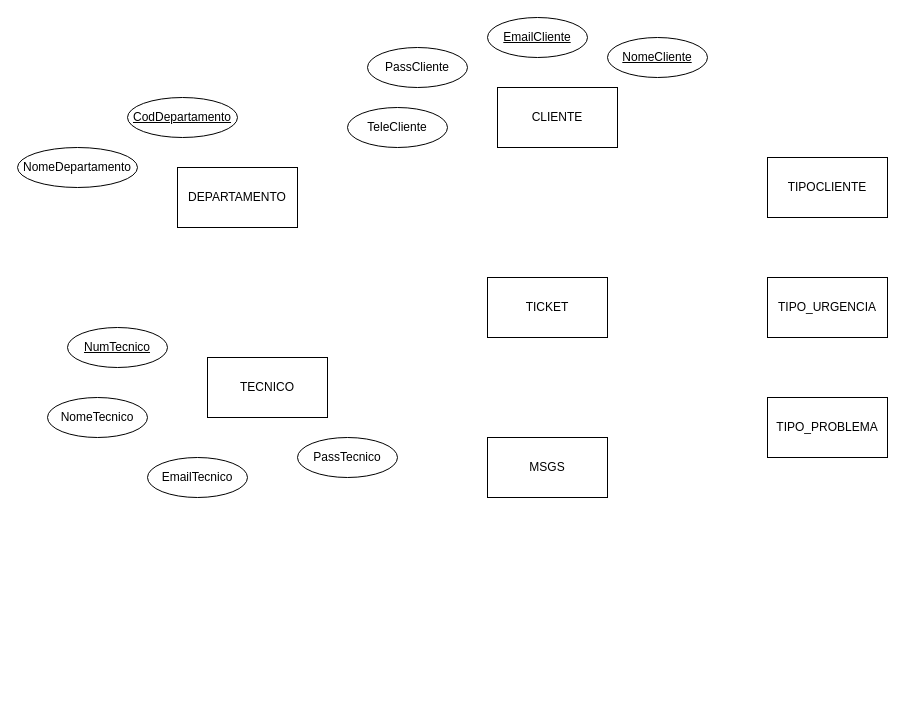
This is SistemaTicket.drawio from HenriqueINA/An-lise-de-Sistemas, a draw.io file, before an edit. Source tidied: cells renumbered, new cells numbered last; positions are measured from the earlier drawing's top-left corner, leaving out a move shared by most shapes. Both pictures are drawn from the tidied source at 100%, with x=0, y=0 at pixel (17, 17).
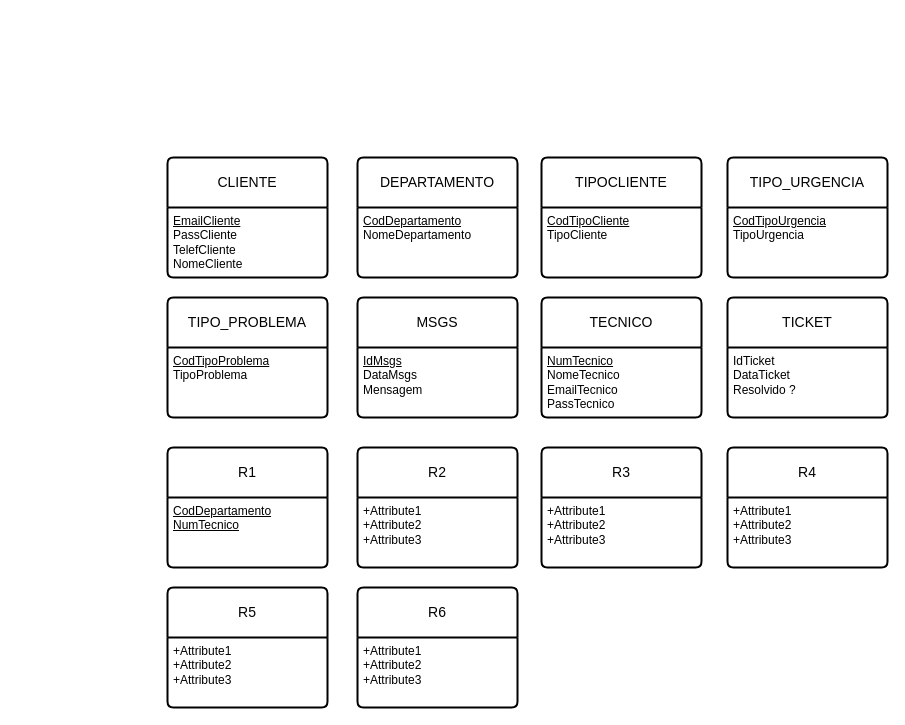
Above is the later version.

What changed in the source:
```diff
@@
+    <mxCell id="7" value="TICKET" style="swimlane;horizontal=1;startSize=50;rounded=1;fontSize=14;fontStyle=0;strokeWidth=2;shadow=0;dashed=0;align=center;arcSize=4;whiteSpace=wrap;html=1;" parent="1" vertex="1">
+      <mxGeometry x="710" y="280" width="160" height="120" as="geometry" />
+    </mxCell>
+    <mxCell id="20" value="IdTicket&lt;div&gt;DataTicket&lt;/div&gt;&lt;div&gt;Resolvido ?&lt;/div&gt;" style="align=left;strokeColor=none;fillColor=none;spacingLeft=4;spacingRight=4;fontSize=12;verticalAlign=top;html=1;whiteSpace=wrap;" parent="7" vertex="1">
+      <mxGeometry y="50" width="160" height="70" as="geometry" />
+    </mxCell>
+    <mxCell id="5" value="TECNICO" style="swimlane;horizontal=1;startSize=50;rounded=1;fontSize=14;fontStyle=0;strokeWidth=2;shadow=0;dashed=0;align=center;arcSize=4;whiteSpace=wrap;html=1;" parent="1" vertex="1">
+      <mxGeometry x="524" y="280" width="160" height="120" as="geometry" />
+    </mxCell>
+    <mxCell id="21" value="&lt;u&gt;NumTecnico&lt;/u&gt;&lt;div&gt;NomeTecnico&lt;/div&gt;&lt;div&gt;EmailTecnico&lt;/div&gt;&lt;div&gt;PassTecnico&lt;/div&gt;" style="align=left;strokeColor=none;fillColor=none;spacingLeft=4;spacingRight=4;fontSize=12;verticalAlign=top;html=1;whiteSpace=wrap;" parent="5" vertex="1">
+      <mxGeometry y="50" width="160" height="70" as="geometry" />
+    </mxCell>
+    <mxCell id="6" value="MSGS" style="swimlane;horizontal=1;startSize=50;rounded=1;fontSize=14;fontStyle=0;strokeWidth=2;shadow=0;dashed=0;align=center;arcSize=4;whiteSpace=wrap;html=1;" parent="1" vertex="1">
+      <mxGeometry x="340" y="280" width="160" height="120" as="geometry" />
+    </mxCell>
+    <mxCell id="22" value="&lt;u&gt;IdMsgs&lt;/u&gt;&lt;div&gt;DataMsgs&lt;/div&gt;&lt;div&gt;Mensagem&lt;/div&gt;" style="align=left;strokeColor=none;fillColor=none;spacingLeft=4;spacingRight=4;fontSize=12;verticalAlign=top;html=1;whiteSpace=wrap;" parent="6" vertex="1">
+      <mxGeometry y="50" width="160" height="70" as="geometry" />
+    </mxCell>
+    <mxCell id="9" value="TIPO_PROBLEMA" style="swimlane;horizontal=1;startSize=50;rounded=1;fontSize=14;fontStyle=0;strokeWidth=2;shadow=0;dashed=0;align=center;arcSize=4;whiteSpace=wrap;html=1;" parent="1" vertex="1">
+      <mxGeometry x="150" y="280" width="160" height="120" as="geometry" />
+    </mxCell>
+    <mxCell id="23" value="&lt;u&gt;CodTipoProblema&lt;/u&gt;&lt;div&gt;TipoProblema&lt;/div&gt;" style="align=left;strokeColor=none;fillColor=none;spacingLeft=4;spacingRight=4;fontSize=12;verticalAlign=top;html=1;whiteSpace=wrap;" parent="9" vertex="1">
+      <mxGeometry y="50" width="160" height="70" as="geometry" />
+    </mxCell>
+    <mxCell id="8" value="TIPO_URGENCIA" style="swimlane;horizontal=1;startSize=50;rounded=1;fontSize=14;fontStyle=0;strokeWidth=2;shadow=0;dashed=0;align=center;arcSize=4;whiteSpace=wrap;html=1;" parent="1" vertex="1">
+      <mxGeometry x="710" y="140" width="160" height="120" as="geometry" />
+    </mxCell>
+    <mxCell id="24" value="&lt;u&gt;CodTipoUrgencia&lt;/u&gt;&lt;div&gt;TipoUrgencia&lt;/div&gt;" style="align=left;strokeColor=none;fillColor=none;spacingLeft=4;spacingRight=4;fontSize=12;verticalAlign=top;html=1;whiteSpace=wrap;" parent="8" vertex="1">
+      <mxGeometry y="50" width="160" height="70" as="geometry" />
+    </mxCell>
+    <mxCell id="4" value="TIPOCLIENTE" style="swimlane;horizontal=1;startSize=50;rounded=1;fontSize=14;fontStyle=0;strokeWidth=2;shadow=0;dashed=0;align=center;arcSize=4;whiteSpace=wrap;html=1;" parent="1" vertex="1">
+      <mxGeometry x="524" y="140" width="160" height="120" as="geometry" />
+    </mxCell>
+    <mxCell id="25" value="&lt;u&gt;CodTipoCliente&lt;/u&gt;&lt;div&gt;TipoCliente&lt;/div&gt;" style="align=left;strokeColor=none;fillColor=none;spacingLeft=4;spacingRight=4;fontSize=12;verticalAlign=top;html=1;whiteSpace=wrap;" parent="4" vertex="1">
+      <mxGeometry y="50" width="160" height="70" as="geometry" />
+    </mxCell>
-    <mxCell id="2" value="DEPARTAMENTO" style="rounded=0;whiteSpace=wrap;html=1;" parent="1" vertex="1">
-      <mxGeometry x="160" y="150" width="120" height="60" as="geometry" />
+    <mxCell id="2" value="DEPARTAMENTO" style="swimlane;horizontal=1;startSize=50;rounded=1;fontSize=14;fontStyle=0;strokeWidth=2;shadow=0;dashed=0;align=center;arcSize=4;whiteSpace=wrap;html=1;" parent="1" vertex="1">
+      <mxGeometry x="340" y="140" width="160" height="120" as="geometry" />
     </mxCell>
+    <mxCell id="26" value="&lt;u&gt;CodDepartamento&lt;/u&gt;&lt;div&gt;NomeDepartamento&lt;/div&gt;" style="align=left;strokeColor=none;fillColor=none;spacingLeft=4;spacingRight=4;fontSize=12;verticalAlign=top;html=1;whiteSpace=wrap;" parent="2" vertex="1">
+      <mxGeometry y="50" width="160" height="70" as="geometry" />
+    </mxCell>
-    <mxCell id="3" value="CLIENTE" style="rounded=0;whiteSpace=wrap;html=1;" parent="1" vertex="1">
-      <mxGeometry x="480" y="70" width="120" height="60" as="geometry" />
+    <mxCell id="3" value="CLIENTE" style="swimlane;horizontal=1;startSize=50;rounded=1;fontSize=14;fontStyle=0;strokeWidth=2;shadow=0;dashed=0;align=center;arcSize=4;whiteSpace=wrap;html=1;" parent="1" vertex="1">
+      <mxGeometry x="150" y="140" width="160" height="120" as="geometry" />
     </mxCell>
-    <mxCell id="4" value="TIPOCLIENTE" style="rounded=0;whiteSpace=wrap;html=1;" parent="1" vertex="1">
-      <mxGeometry x="750" y="140" width="120" height="60" as="geometry" />
-    </mxCell>
-    <mxCell id="5" value="TECNICO" style="rounded=0;whiteSpace=wrap;html=1;" parent="1" vertex="1">
-      <mxGeometry x="190" y="340" width="120" height="60" as="geometry" />
-    </mxCell>
-    <mxCell id="6" value="MSGS" style="rounded=0;whiteSpace=wrap;html=1;" parent="1" vertex="1">
-      <mxGeometry x="470" y="420" width="120" height="60" as="geometry" />
-    </mxCell>
-    <mxCell id="7" value="TICKET" style="rounded=0;whiteSpace=wrap;html=1;" parent="1" vertex="1">
-      <mxGeometry x="470" y="260" width="120" height="60" as="geometry" />
-    </mxCell>
-    <mxCell id="8" value="TIPO_URGENCIA" style="rounded=0;whiteSpace=wrap;html=1;" parent="1" vertex="1">
-      <mxGeometry x="750" y="260" width="120" height="60" as="geometry" />
-    </mxCell>
-    <mxCell id="9" value="TIPO_PROBLEMA" style="rounded=0;whiteSpace=wrap;html=1;" parent="1" vertex="1">
-      <mxGeometry x="750" y="380" width="120" height="60" as="geometry" />
-    </mxCell>
-    <mxCell id="10" value="NomeDepartamento" style="ellipse;whiteSpace=wrap;html=1;align=center;" parent="1" vertex="1">
-      <mxGeometry y="130" width="120" height="40" as="geometry" />
-    </mxCell>
-    <mxCell id="11" value="CodDepartamento" style="ellipse;whiteSpace=wrap;html=1;align=center;fontStyle=4;" parent="1" vertex="1">
-      <mxGeometry x="110" y="80" width="110" height="40" as="geometry" />
-    </mxCell>
-    <mxCell id="12" value="NumTecnico" style="ellipse;whiteSpace=wrap;html=1;align=center;fontStyle=4;" parent="1" vertex="1">
-      <mxGeometry x="50" y="310" width="100" height="40" as="geometry" />
-    </mxCell>
-    <mxCell id="13" value="NomeTecnico" style="ellipse;whiteSpace=wrap;html=1;align=center;" parent="1" vertex="1">
-      <mxGeometry x="30" y="380" width="100" height="40" as="geometry" />
-    </mxCell>
-    <mxCell id="14" value="EmailTecnico" style="ellipse;whiteSpace=wrap;html=1;align=center;" parent="1" vertex="1">
-      <mxGeometry x="130" y="440" width="100" height="40" as="geometry" />
-    </mxCell>
-    <mxCell id="15" value="PassTecnico" style="ellipse;whiteSpace=wrap;html=1;align=center;" parent="1" vertex="1">
-      <mxGeometry x="280" y="420" width="100" height="40" as="geometry" />
-    </mxCell>
-    <mxCell id="16" value="PassCliente" style="ellipse;whiteSpace=wrap;html=1;align=center;" parent="1" vertex="1">
-      <mxGeometry x="350" y="30" width="100" height="40" as="geometry" />
-    </mxCell>
-    <mxCell id="17" value="EmailCliente" style="ellipse;whiteSpace=wrap;html=1;align=center;fontStyle=4;" parent="1" vertex="1">
-      <mxGeometry x="470" width="100" height="40" as="geometry" />
-    </mxCell>
-    <mxCell id="18" value="&lt;span style=&quot;text-decoration-line: underline;&quot;&gt;NomeCliente&lt;/span&gt;" style="ellipse;whiteSpace=wrap;html=1;align=center;" parent="1" vertex="1">
-      <mxGeometry x="590" y="20" width="100" height="40" as="geometry" />
-    </mxCell>
-    <mxCell id="19" value="TeleCliente" style="ellipse;whiteSpace=wrap;html=1;align=center;" parent="1" vertex="1">
-      <mxGeometry x="330" y="90" width="100" height="40" as="geometry" />
-    </mxCell>
+    <mxCell id="27" value="&lt;u&gt;EmailCliente&lt;/u&gt;&lt;div&gt;PassCliente&lt;/div&gt;&lt;div&gt;TelefCliente&lt;/div&gt;&lt;div&gt;NomeCliente&lt;br&gt;&lt;div&gt;&lt;br&gt;&lt;/div&gt;&lt;/div&gt;" style="align=left;strokeColor=none;fillColor=none;spacingLeft=4;spacingRight=4;fontSize=12;verticalAlign=top;html=1;whiteSpace=wrap;" parent="3" vertex="1">
+      <mxGeometry y="50" width="160" height="70" as="geometry" />
+    </mxCell>
+    <mxCell id="28" value="R3" style="swimlane;horizontal=1;startSize=50;rounded=1;fontSize=14;fontStyle=0;strokeWidth=2;shadow=0;dashed=0;align=center;arcSize=4;whiteSpace=wrap;html=1;" parent="1" vertex="1">
+      <mxGeometry x="524" y="430" width="160" height="120" as="geometry" />
+    </mxCell>
+    <mxCell id="29" value="+Attribute1&#10;+Attribute2&#10;+Attribute3" style="align=left;strokeColor=none;fillColor=none;spacingLeft=4;spacingRight=4;fontSize=12;verticalAlign=top;html=1;whiteSpace=wrap;" parent="28" vertex="1">
+      <mxGeometry y="50" width="160" height="70" as="geometry" />
+    </mxCell>
+    <mxCell id="30" value="R6" style="swimlane;horizontal=1;startSize=50;rounded=1;fontSize=14;fontStyle=0;strokeWidth=2;shadow=0;dashed=0;align=center;arcSize=4;whiteSpace=wrap;html=1;" parent="1" vertex="1">
+      <mxGeometry x="340" y="570" width="160" height="120" as="geometry" />
+    </mxCell>
+    <mxCell id="31" value="+Attribute1&#10;+Attribute2&#10;+Attribute3" style="align=left;strokeColor=none;fillColor=none;spacingLeft=4;spacingRight=4;fontSize=12;verticalAlign=top;html=1;whiteSpace=wrap;" parent="30" vertex="1">
+      <mxGeometry y="50" width="160" height="70" as="geometry" />
+    </mxCell>
+    <mxCell id="32" value="R5" style="swimlane;horizontal=1;startSize=50;rounded=1;fontSize=14;fontStyle=0;strokeWidth=2;shadow=0;dashed=0;align=center;arcSize=4;whiteSpace=wrap;html=1;" parent="1" vertex="1">
+      <mxGeometry x="150" y="570" width="160" height="120" as="geometry" />
+    </mxCell>
+    <mxCell id="33" value="+Attribute1&#10;+Attribute2&#10;+Attribute3" style="align=left;strokeColor=none;fillColor=none;spacingLeft=4;spacingRight=4;fontSize=12;verticalAlign=top;html=1;whiteSpace=wrap;" parent="32" vertex="1">
+      <mxGeometry y="50" width="160" height="70" as="geometry" />
+    </mxCell>
+    <mxCell id="34" value="R4" style="swimlane;horizontal=1;startSize=50;rounded=1;fontSize=14;fontStyle=0;strokeWidth=2;shadow=0;dashed=0;align=center;arcSize=4;whiteSpace=wrap;html=1;" parent="1" vertex="1">
+      <mxGeometry x="710" y="430" width="160" height="120" as="geometry" />
+    </mxCell>
+    <mxCell id="35" value="+Attribute1&#10;+Attribute2&#10;+Attribute3" style="align=left;strokeColor=none;fillColor=none;spacingLeft=4;spacingRight=4;fontSize=12;verticalAlign=top;html=1;whiteSpace=wrap;" parent="34" vertex="1">
+      <mxGeometry y="50" width="160" height="70" as="geometry" />
+    </mxCell>
+    <mxCell id="36" value="R2" style="swimlane;horizontal=1;startSize=50;rounded=1;fontSize=14;fontStyle=0;strokeWidth=2;shadow=0;dashed=0;align=center;arcSize=4;whiteSpace=wrap;html=1;" parent="1" vertex="1">
+      <mxGeometry x="340" y="430" width="160" height="120" as="geometry" />
+    </mxCell>
+    <mxCell id="37" value="+Attribute1&#10;+Attribute2&#10;+Attribute3" style="align=left;strokeColor=none;fillColor=none;spacingLeft=4;spacingRight=4;fontSize=12;verticalAlign=top;html=1;whiteSpace=wrap;" parent="36" vertex="1">
+      <mxGeometry y="50" width="160" height="70" as="geometry" />
+    </mxCell>
+    <mxCell id="38" value="R1" style="swimlane;horizontal=1;startSize=50;rounded=1;fontSize=14;fontStyle=0;strokeWidth=2;shadow=0;dashed=0;align=center;arcSize=4;whiteSpace=wrap;html=1;" parent="1" vertex="1">
+      <mxGeometry x="150" y="430" width="160" height="120" as="geometry" />
+    </mxCell>
+    <mxCell id="39" value="&lt;span style=&quot;text-align: center; text-decoration-line: underline;&quot;&gt;CodDepartamento&lt;/span&gt;&lt;div&gt;&lt;span style=&quot;text-align: center; text-decoration-line: underline;&quot;&gt;NumTecnico&lt;/span&gt;&lt;span style=&quot;text-align: center; text-decoration-line: underline;&quot;&gt;&lt;/span&gt;&lt;/div&gt;" style="align=left;strokeColor=none;fillColor=none;spacingLeft=4;spacingRight=4;fontSize=12;verticalAlign=top;html=1;whiteSpace=wrap;" parent="38" vertex="1">
+      <mxGeometry y="50" width="160" height="70" as="geometry" />
+    </mxCell>
```
